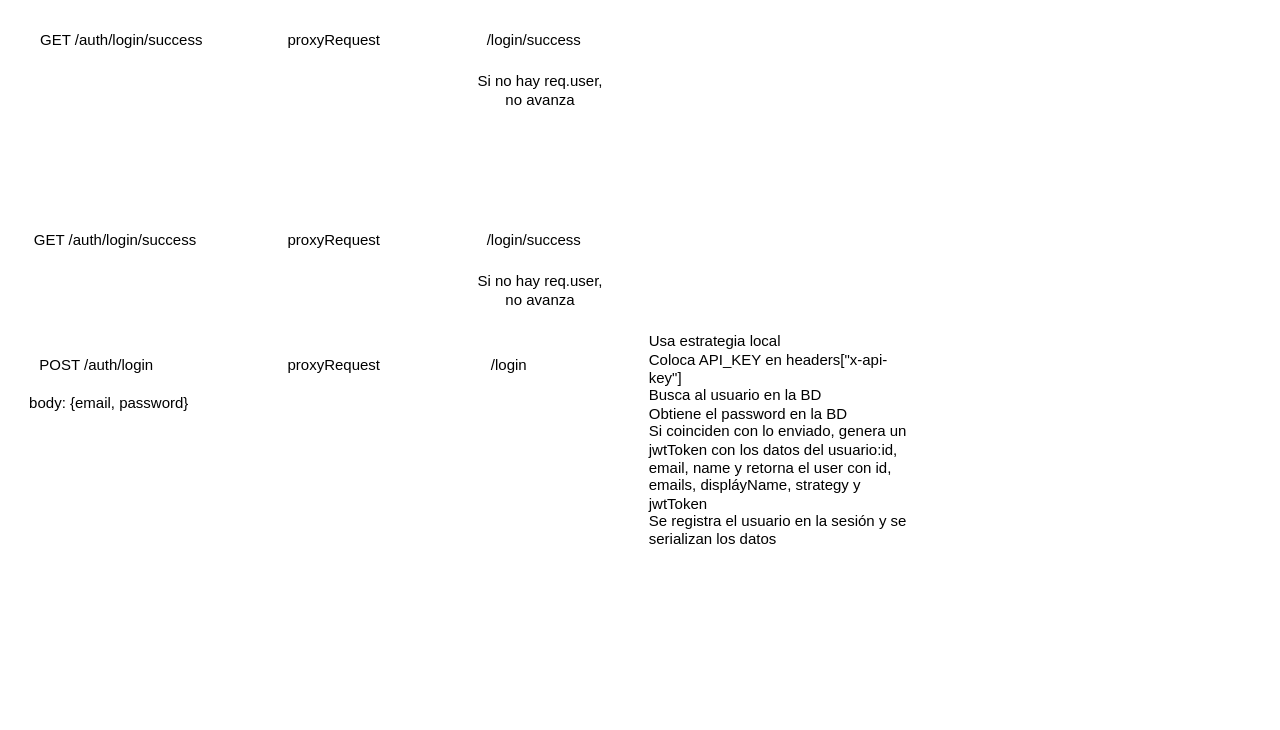
ocpdata/new-repo keeps this draw.io diagram as page "Página-15" (15 of 15) of Diagrama sin título.drawio. Above is the earlier version. Source tidied: cells renumbered, new cells numbered last; positions are measured from the earlier drawing's top-left corner, leaving out a move shared by most shapes. Both pictures are drawn from the tidied source at 125%, with x=0, y=0 at pixel (21, 21).
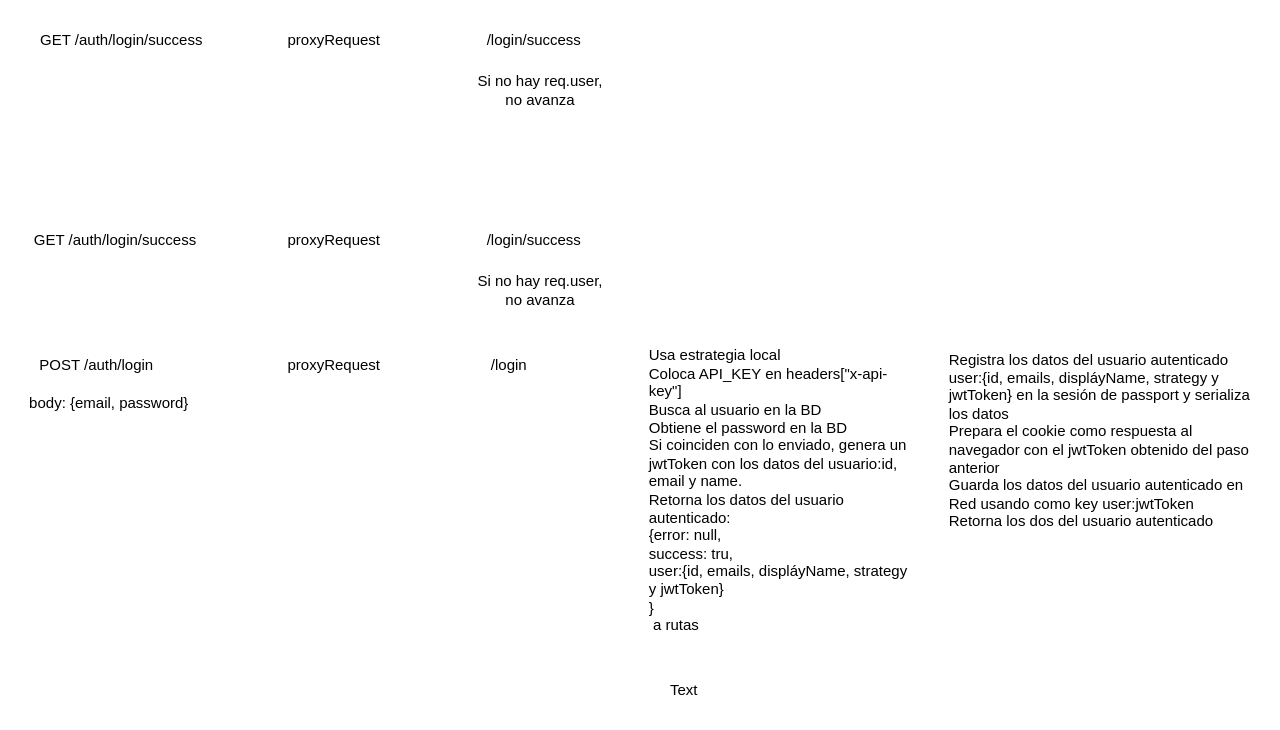
The same diagram, later.

Change to the diagram source:
```diff
@@
 <mxGraphModel>
   <root>
     <mxCell id="0" />
     <mxCell id="1" parent="0" />
     <mxCell id="2" value="GET /auth/login/success" style="text;html=1;whiteSpace=wrap;strokeColor=none;fillColor=none;align=center;verticalAlign=middle;rounded=0;" parent="1" vertex="1">
       <mxGeometry x="10" width="140" height="30" as="geometry" />
     </mxCell>
     <mxCell id="3" value="proxyRequest" style="text;html=1;whiteSpace=wrap;strokeColor=none;fillColor=none;align=center;verticalAlign=middle;rounded=0;" parent="1" vertex="1">
       <mxGeometry x="220" width="60" height="30" as="geometry" />
     </mxCell>
     <mxCell id="4" value="/login/success" style="text;html=1;whiteSpace=wrap;strokeColor=none;fillColor=none;align=center;verticalAlign=middle;rounded=0;" parent="1" vertex="1">
       <mxGeometry x="380" width="60" height="30" as="geometry" />
     </mxCell>
     <mxCell id="5" value="Si no hay req.user, no avanza" style="text;html=1;whiteSpace=wrap;strokeColor=none;fillColor=none;align=center;verticalAlign=middle;rounded=0;" parent="1" vertex="1">
       <mxGeometry x="360" y="40" width="110" height="30" as="geometry" />
     </mxCell>
     <mxCell id="6" value="GET /auth/login/success" style="text;html=1;whiteSpace=wrap;strokeColor=none;fillColor=none;align=center;verticalAlign=middle;rounded=0;" parent="1" vertex="1">
       <mxGeometry y="160" width="150" height="30" as="geometry" />
     </mxCell>
     <mxCell id="7" value="proxyRequest" style="text;html=1;whiteSpace=wrap;strokeColor=none;fillColor=none;align=center;verticalAlign=middle;rounded=0;" parent="1" vertex="1">
       <mxGeometry x="220" y="160" width="60" height="30" as="geometry" />
     </mxCell>
     <mxCell id="8" value="/login/success" style="text;html=1;whiteSpace=wrap;strokeColor=none;fillColor=none;align=center;verticalAlign=middle;rounded=0;" parent="1" vertex="1">
       <mxGeometry x="380" y="160" width="60" height="30" as="geometry" />
     </mxCell>
     <mxCell id="9" value="Si no hay req.user, no avanza" style="text;html=1;whiteSpace=wrap;strokeColor=none;fillColor=none;align=center;verticalAlign=middle;rounded=0;" parent="1" vertex="1">
       <mxGeometry x="360" y="200" width="110" height="30" as="geometry" />
     </mxCell>
     <mxCell id="10" value="POST /auth/login" style="text;html=1;whiteSpace=wrap;strokeColor=none;fillColor=none;align=center;verticalAlign=middle;rounded=0;" parent="1" vertex="1">
       <mxGeometry y="260" width="120" height="30" as="geometry" />
     </mxCell>
     <mxCell id="11" value="body: {email, password}" style="text;html=1;whiteSpace=wrap;strokeColor=none;fillColor=none;align=center;verticalAlign=middle;rounded=0;" parent="1" vertex="1">
       <mxGeometry y="290" width="140" height="30" as="geometry" />
     </mxCell>
     <mxCell id="12" value="proxyRequest" style="text;html=1;whiteSpace=wrap;strokeColor=none;fillColor=none;align=center;verticalAlign=middle;rounded=0;" parent="1" vertex="1">
       <mxGeometry x="220" y="260" width="60" height="30" as="geometry" />
     </mxCell>
     <mxCell id="13" value="/login" style="text;html=1;whiteSpace=wrap;strokeColor=none;fillColor=none;align=center;verticalAlign=middle;rounded=0;" parent="1" vertex="1">
       <mxGeometry x="360" y="260" width="60" height="30" as="geometry" />
     </mxCell>
-    <mxCell id="14" value="Usa estrategia local&lt;div&gt;Coloca API_KEY en headers[&quot;x-api-key&quot;]&lt;/div&gt;&lt;div&gt;Busca al usuario en la BD&lt;/div&gt;&lt;div&gt;Obtiene el password en la BD&lt;/div&gt;&lt;div&gt;Si coinciden con lo enviado, genera un jwtToken con los datos del usuario:id, email, name y retorna el user con id, emails, displáyName, strategy y jwtToken&lt;/div&gt;&lt;div&gt;Se registra el usuario en la sesión y se serializan los datos&lt;/div&gt;" style="text;html=1;whiteSpace=wrap;strokeColor=none;fillColor=none;align=left;verticalAlign=middle;rounded=0;" parent="1" vertex="1">
-      <mxGeometry x="500" y="320" width="210" height="30" as="geometry" />
+    <mxCell id="14" value="Usa estrategia local&lt;div&gt;Coloca API_KEY en headers[&quot;x-api-key&quot;]&lt;/div&gt;&lt;div&gt;Busca al usuario en la BD&lt;/div&gt;&lt;div&gt;Obtiene el password en la BD&lt;/div&gt;&lt;div&gt;Si coinciden con lo enviado, genera un jwtToken con los datos del usuario:id, email y name.&lt;/div&gt;&lt;div&gt;Retorna los datos del usuario autenticado:&amp;nbsp;&lt;/div&gt;&lt;div&gt;{error: null,&lt;/div&gt;&lt;div&gt;success: tru,&lt;/div&gt;&lt;div&gt;user:{id, emails, displáyName, strategy y jwtToken}&lt;/div&gt;&lt;div&gt;}&lt;/div&gt;&lt;div&gt;&amp;nbsp;a rutas&lt;/div&gt;" style="text;html=1;whiteSpace=wrap;strokeColor=none;fillColor=none;align=left;verticalAlign=middle;rounded=0;" parent="1" vertex="1">
+      <mxGeometry x="500" y="360" width="210" height="30" as="geometry" />
     </mxCell>
+    <mxCell id="15" value="Registra los datos del usuario autenticado user:{&lt;span style=&quot;text-align: left;&quot;&gt;id, emails, displáyName, strategy y jwtToken}&lt;/span&gt;&amp;nbsp;en la sesión de passport y serializa los datos&lt;div&gt;Prepara el cookie como respuesta al navegador con el jwtToken obtenido del paso anterior&lt;/div&gt;&lt;div&gt;Guarda los datos del usuario autenticado en Red usando como key user:jwtToken&lt;/div&gt;&lt;div&gt;Retorna los dos del usuario autenticado&lt;/div&gt;" style="text;html=1;whiteSpace=wrap;strokeColor=none;fillColor=none;align=left;verticalAlign=middle;rounded=0;" parent="1" vertex="1">
+      <mxGeometry x="740" y="320" width="250" height="30" as="geometry" />
+    </mxCell>
+    <mxCell id="16" value="Text" style="text;html=1;whiteSpace=wrap;strokeColor=none;fillColor=none;align=center;verticalAlign=middle;rounded=0;" parent="1" vertex="1">
+      <mxGeometry x="500" y="520" width="60" height="30" as="geometry" />
+    </mxCell>
   </root>
 </mxGraphModel>
```
